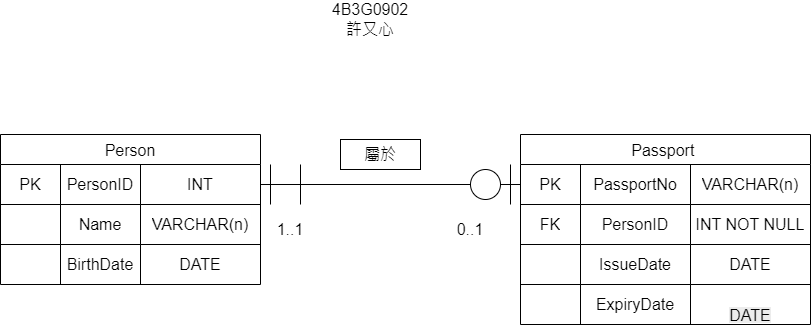
This is 4B3G0902_1.drawio.png from xuyouxin-creator/DatabaseSystem_202610001, a draw.io export, as it was before one commit. Source tidied: cells renumbered, new cells last; positions are measured from the earlier drawing's top-left corner, leaving out a move shared by most shapes.
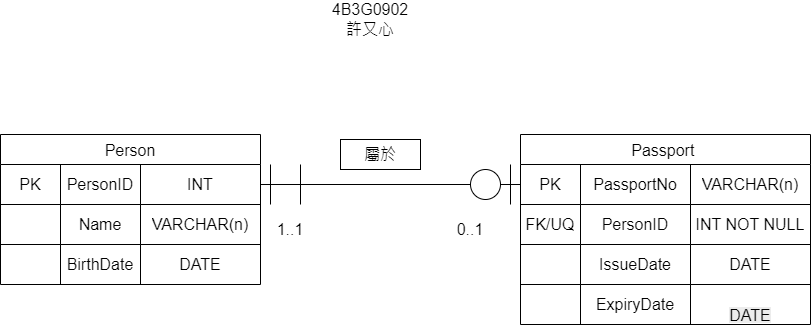
After the commit.

The edit, as a diff of the source:
```diff
@@ -59,7 +59,7 @@
     <mxCell id="20" style="shape=tableRow;horizontal=0;startSize=0;swimlaneHead=0;swimlaneBody=0;strokeColor=inherit;top=0;left=0;bottom=0;right=0;fillColor=none;fontSize=16;" parent="15" vertex="1">
       <mxGeometry y="70" width="290" height="40" as="geometry" />
     </mxCell>
-    <mxCell id="21" value="FK" style="shape=partialRectangle;html=1;whiteSpace=wrap;strokeColor=inherit;overflow=hidden;fillColor=none;top=0;left=0;bottom=0;right=0;fontSize=16;" parent="20" vertex="1">
+    <mxCell id="21" value="FK/UQ" style="shape=partialRectangle;html=1;whiteSpace=wrap;strokeColor=inherit;overflow=hidden;fillColor=none;top=0;left=0;bottom=0;right=0;fontSize=16;" parent="20" vertex="1">
       <mxGeometry width="60" height="40" as="geometry" />
     </mxCell>
     <mxCell id="22" value="PersonID" style="shape=partialRectangle;html=1;whiteSpace=wrap;strokeColor=inherit;overflow=hidden;fillColor=none;top=0;left=0;bottom=0;right=0;fontSize=16;" parent="20" vertex="1">
```
